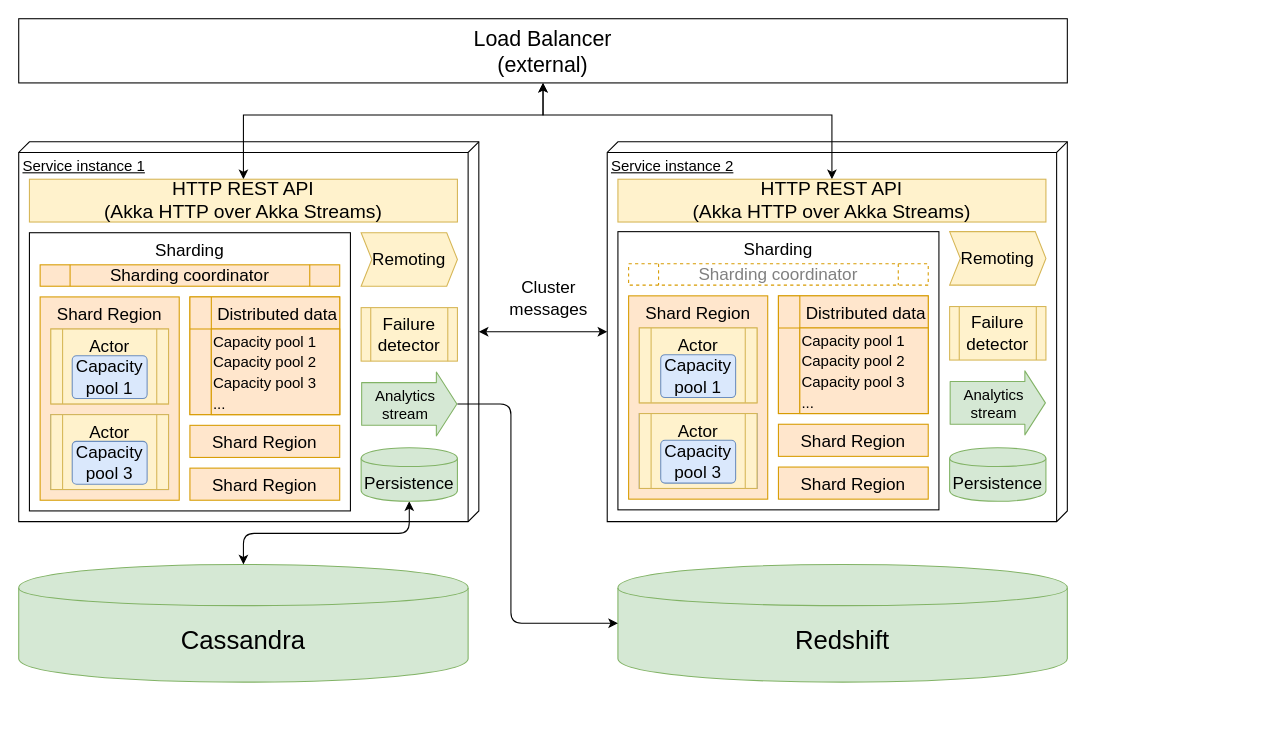
This is _diagrams/DRAFT-eventsourcing-03-implementation/high_level_architecture.drawio from e-kolpakov/e-kolpakov.github.io, a draw.io file, before an edit. Source tidied: cells renumbered, new cells numbered last; positions are measured from the earlier drawing's top-left corner, leaving out a move shared by most shapes. Both pictures are drawn from the tidied source at 107%, with x=0, y=0 at pixel (18, 18).
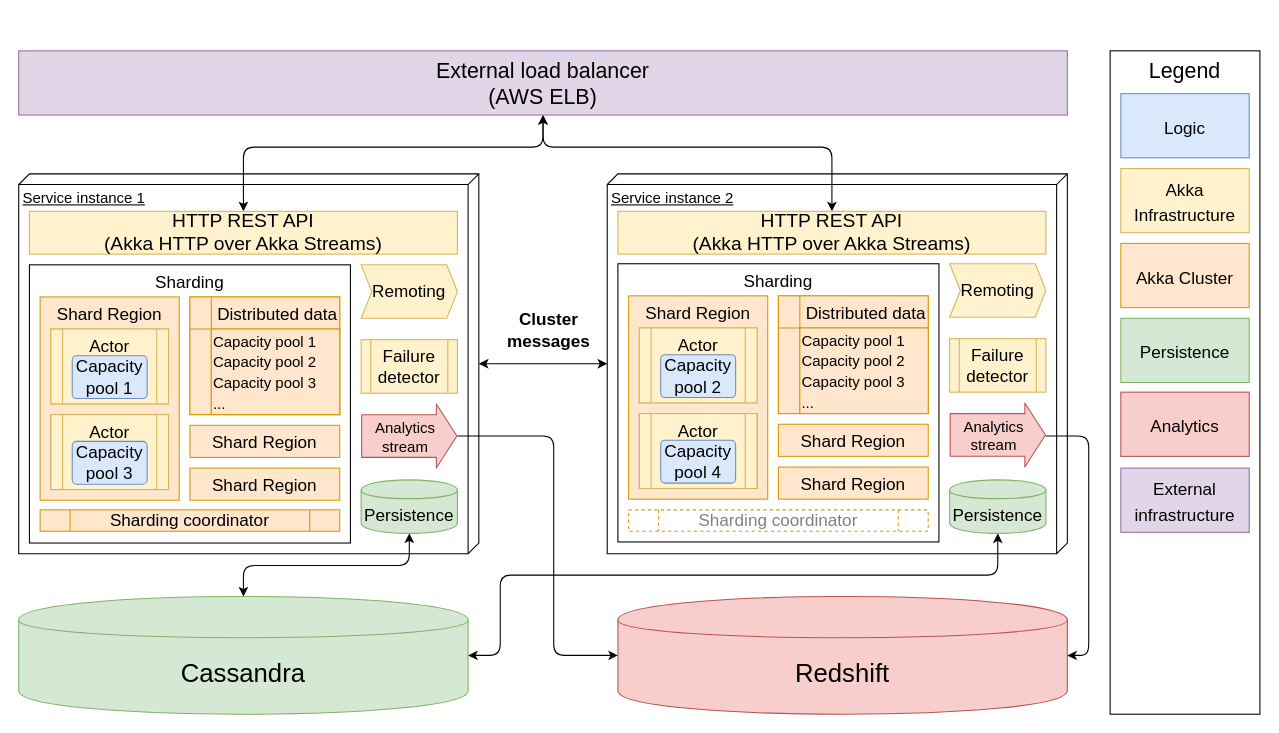
Above is the later version.

Diff of the diagram source:
```diff
@@
-    <mxCell id="2" value="Cluster&lt;br&gt;messages" style="edgeStyle=orthogonalEdgeStyle;rounded=0;jettySize=auto;html=1;startArrow=classic;startFill=1;fontSize=16;" parent="1" edge="1" source="3" target="4">
+    <mxCell id="2" value="Cluster&lt;br&gt;messages" style="edgeStyle=orthogonalEdgeStyle;rounded=0;jettySize=auto;html=1;startArrow=classic;startFill=1;fontSize=16;fontStyle=1;" parent="1" edge="1" source="3" target="4">
       <mxGeometry x="0.09" y="33" relative="1" as="geometry">
         <mxPoint y="1" as="offset" />
       </mxGeometry>
     </mxCell>
     <mxCell id="3" value="Service instance 1" style="verticalAlign=top;align=left;spacingTop=8;spacingLeft=2;spacingRight=12;shape=cube;size=10;direction=south;fontStyle=4;html=1;fontSize=14;" parent="1" vertex="1">
-      <mxGeometry y="115" width="430" height="355" as="geometry" />
+      <mxGeometry y="145" width="430" height="355" as="geometry" />
     </mxCell>
     <mxCell id="4" value="Service instance 2" style="verticalAlign=top;align=left;spacingTop=8;spacingLeft=2;spacingRight=12;shape=cube;size=10;direction=south;fontStyle=4;html=1;fontSize=14;" parent="1" vertex="1">
-      <mxGeometry x="550" y="115" width="430" height="355" as="geometry" />
+      <mxGeometry x="550" y="145" width="430" height="355" as="geometry" />
     </mxCell>
     <mxCell id="5" value="Cassandra" style="shape=cylinder;whiteSpace=wrap;html=1;boundedLbl=1;backgroundOutline=1;fontSize=24;fillColor=#d5e8d4;strokeColor=#82b366;" parent="1" vertex="1">
-      <mxGeometry y="510" width="420" height="110" as="geometry" />
+      <mxGeometry y="540" width="420" height="110" as="geometry" />
     </mxCell>
-    <mxCell id="6" style="edgeStyle=orthogonalEdgeStyle;rounded=0;jettySize=auto;html=1;exitX=0.5;exitY=1;exitDx=0;exitDy=0;startArrow=classic;startFill=1;fontSize=16;" parent="1" edge="1" source="8" target="9">
+    <mxCell id="6" style="edgeStyle=orthogonalEdgeStyle;rounded=1;jettySize=auto;html=1;exitX=0.5;exitY=1;exitDx=0;exitDy=0;startArrow=classic;startFill=1;fontSize=16;" parent="1" edge="1" source="8" target="9">
       <mxGeometry relative="1" as="geometry">
         <Array as="points">
-          <mxPoint x="490" y="90" />
-          <mxPoint x="210" y="90" />
+          <mxPoint x="490" y="120" />
+          <mxPoint x="210" y="120" />
         </Array>
       </mxGeometry>
     </mxCell>
-    <mxCell id="7" style="edgeStyle=orthogonalEdgeStyle;rounded=0;jettySize=auto;html=1;exitX=0.5;exitY=1;exitDx=0;exitDy=0;startArrow=classic;startFill=1;fontSize=16;" parent="1" edge="1" source="8" target="31">
+    <mxCell id="7" style="edgeStyle=orthogonalEdgeStyle;rounded=1;jettySize=auto;html=1;exitX=0.5;exitY=1;exitDx=0;exitDy=0;startArrow=classic;startFill=1;fontSize=16;" parent="1" edge="1" source="8" target="31">
       <mxGeometry relative="1" as="geometry">
         <Array as="points">
-          <mxPoint x="490" y="90" />
-          <mxPoint x="760" y="90" />
+          <mxPoint x="490" y="120" />
+          <mxPoint x="760" y="120" />
         </Array>
       </mxGeometry>
     </mxCell>
-    <mxCell id="8" value="Load Balancer&lt;br&gt;(external)" style="rounded=0;whiteSpace=wrap;html=1;fontSize=20;" parent="1" vertex="1">
-      <mxGeometry width="980" height="60" as="geometry" />
+    <mxCell id="8" value="External load balancer&lt;br&gt;(AWS ELB)" style="rounded=0;whiteSpace=wrap;html=1;fontSize=20;fillColor=#e1d5e7;strokeColor=#9673a6;" parent="1" vertex="1">
+      <mxGeometry y="30" width="980" height="60" as="geometry" />
     </mxCell>
     <mxCell id="9" value="HTTP REST API&lt;br style=&quot;font-size: 18px&quot;&gt;(Akka HTTP over Akka Streams)" style="rounded=0;whiteSpace=wrap;html=1;fontSize=18;fillColor=#fff2cc;strokeColor=#d6b656;" parent="1" vertex="1">
-      <mxGeometry x="10" y="150" width="400" height="40" as="geometry" />
+      <mxGeometry x="10" y="180" width="400" height="40" as="geometry" />
     </mxCell>
     <mxCell id="10" value="Sharding" style="rounded=0;whiteSpace=wrap;html=1;fontSize=16;verticalAlign=top;" parent="1" vertex="1">
-      <mxGeometry x="10" y="200" width="300" height="260" as="geometry" />
+      <mxGeometry x="10" y="230" width="300" height="260" as="geometry" />
     </mxCell>
@@
     <mxCell id="14" value="Sharding coordinator" style="shape=process;whiteSpace=wrap;html=1;backgroundOutline=1;fontSize=16;fillColor=#ffe6cc;strokeColor=#d79b00;" parent="1" vertex="1">
-      <mxGeometry x="20" y="230" width="280" height="20" as="geometry" />
+      <mxGeometry x="20" y="459" width="280" height="20" as="geometry" />
     </mxCell>
     <mxCell id="15" value="Failure detector" style="shape=process;whiteSpace=wrap;html=1;backgroundOutline=1;fontSize=16;align=center;fillColor=#fff2cc;strokeColor=#d6b656;" parent="1" vertex="1">
-      <mxGeometry x="320" y="270" width="90" height="50" as="geometry" />
+      <mxGeometry x="320" y="300" width="90" height="50" as="geometry" />
     </mxCell>
     <mxCell id="16" value="Remoting" style="shape=step;perimeter=stepPerimeter;whiteSpace=wrap;html=1;fixedSize=1;fontSize=16;align=center;size=10;fillColor=#fff2cc;strokeColor=#d6b656;" parent="1" vertex="1">
-      <mxGeometry x="320" y="200" width="90" height="50" as="geometry" />
+      <mxGeometry x="320" y="230" width="90" height="50" as="geometry" />
     </mxCell>
     <mxCell id="17" style="edgeStyle=orthogonalEdgeStyle;rounded=1;jettySize=auto;html=1;exitX=0.5;exitY=1;exitDx=0;exitDy=0;startArrow=classic;startFill=1;fontSize=16;" parent="1" edge="1" source="18" target="5">
       <mxGeometry relative="1" as="geometry">
         <Array as="points">
-          <mxPoint x="365" y="481" />
-          <mxPoint x="210" y="481" />
+          <mxPoint x="365" y="511" />
+          <mxPoint x="210" y="511" />
         </Array>
       </mxGeometry>
     </mxCell>
     <mxCell id="18" value="Persistence" style="shape=cylinder;whiteSpace=wrap;html=1;boundedLbl=1;backgroundOutline=1;fontSize=16;align=center;fillColor=#d5e8d4;strokeColor=#82b366;" parent="1" vertex="1">
-      <mxGeometry x="320" y="401" width="90" height="50" as="geometry" />
+      <mxGeometry x="320" y="431" width="90" height="50" as="geometry" />
     </mxCell>
-    <mxCell id="19" style="shape=flexArrow;endArrow=classic;html=1;fontSize=18;width=39.86577181208054;endSize=6.063087248322148;endWidth=18.944191703076438;fillColor=#d5e8d4;strokeColor=#82b366;" parent="1" edge="1">
+    <mxCell id="19" style="shape=flexArrow;endArrow=classic;html=1;fontSize=18;width=39.86577181208054;endSize=6.063087248322148;endWidth=18.944191703076438;fillColor=#f8cecc;strokeColor=#b85450;" parent="1" edge="1">
       <mxGeometry relative="1" as="geometry">
-        <mxPoint x="320" y="360" as="sourcePoint" />
-        <mxPoint x="410" y="360" as="targetPoint" />
+        <mxPoint x="320" y="390" as="sourcePoint" />
+        <mxPoint x="410" y="390" as="targetPoint" />
       </mxGeometry>
     </mxCell>
@@
     <mxCell id="31" value="HTTP REST API&lt;br style=&quot;font-size: 18px&quot;&gt;(Akka HTTP over Akka Streams)" style="rounded=0;whiteSpace=wrap;html=1;fontSize=18;fillColor=#fff2cc;strokeColor=#d6b656;" parent="1" vertex="1">
-      <mxGeometry x="560" y="150" width="400" height="40" as="geometry" />
+      <mxGeometry x="560" y="180" width="400" height="40" as="geometry" />
     </mxCell>
     <mxCell id="32" value="Sharding" style="rounded=0;whiteSpace=wrap;html=1;fontSize=16;verticalAlign=top;" parent="1" vertex="1">
-      <mxGeometry x="560" y="199" width="300" height="260" as="geometry" />
+      <mxGeometry x="560" y="229" width="300" height="260" as="geometry" />
     </mxCell>
@@
     <mxCell id="36" value="Sharding coordinator" style="shape=process;whiteSpace=wrap;html=1;backgroundOutline=1;fontSize=16;strokeColor=#d79b00;dashed=1;fontColor=#808080;" parent="1" vertex="1">
-      <mxGeometry x="570" y="229" width="280" height="20" as="geometry" />
+      <mxGeometry x="570" y="459" width="280" height="20" as="geometry" />
     </mxCell>
     <mxCell id="37" value="Failure detector" style="shape=process;whiteSpace=wrap;html=1;backgroundOutline=1;fontSize=16;align=center;fillColor=#fff2cc;strokeColor=#d6b656;" parent="1" vertex="1">
-      <mxGeometry x="870" y="269" width="90" height="50" as="geometry" />
+      <mxGeometry x="870" y="299" width="90" height="50" as="geometry" />
     </mxCell>
     <mxCell id="38" value="Remoting" style="shape=step;perimeter=stepPerimeter;whiteSpace=wrap;html=1;fixedSize=1;fontSize=16;align=center;size=10;fillColor=#fff2cc;strokeColor=#d6b656;" parent="1" vertex="1">
-      <mxGeometry x="870" y="199" width="90" height="50" as="geometry" />
+      <mxGeometry x="870" y="229" width="90" height="50" as="geometry" />
     </mxCell>
+    <mxCell id="54" style="edgeStyle=orthogonalEdgeStyle;jettySize=auto;html=1;exitX=0.5;exitY=1;exitDx=0;exitDy=0;entryX=1;entryY=0.5;entryDx=0;entryDy=0;fontSize=20;rounded=1;startArrow=classic;startFill=1;" parent="1" edge="1" source="39" target="5">
+      <mxGeometry relative="1" as="geometry">
+        <Array as="points">
+          <mxPoint x="915" y="520" />
+          <mxPoint x="450" y="520" />
+          <mxPoint x="450" y="595" />
+        </Array>
+      </mxGeometry>
+    </mxCell>
     <mxCell id="39" value="Persistence" style="shape=cylinder;whiteSpace=wrap;html=1;boundedLbl=1;backgroundOutline=1;fontSize=16;align=center;fillColor=#d5e8d4;strokeColor=#82b366;" parent="1" vertex="1">
-      <mxGeometry x="870" y="401" width="90" height="50" as="geometry" />
+      <mxGeometry x="870" y="431" width="90" height="50" as="geometry" />
     </mxCell>
-    <mxCell id="40" style="shape=flexArrow;endArrow=classic;html=1;fontSize=18;width=39.86577181208054;endSize=6.063087248322148;endWidth=18.944191703076438;fillColor=#d5e8d4;strokeColor=#82b366;" parent="1" edge="1">
+    <mxCell id="40" style="shape=flexArrow;endArrow=classic;html=1;fontSize=18;width=39.86577181208054;endSize=6.063087248322148;endWidth=18.944191703076438;fillColor=#f8cecc;strokeColor=#b85450;" parent="1" edge="1">
       <mxGeometry relative="1" as="geometry">
-        <mxPoint x="870" y="359" as="sourcePoint" />
-        <mxPoint x="960" y="359" as="targetPoint" />
+        <mxPoint x="870" y="389" as="sourcePoint" />
+        <mxPoint x="960" y="389" as="targetPoint" />
       </mxGeometry>
     </mxCell>
@@
-    <mxCell id="46" value="Capacity&lt;br&gt;pool 3" style="rounded=1;arcSize=10;whiteSpace=wrap;html=1;align=center;fontSize=16;fillColor=#dae8fc;strokeColor=#6c8ebf;" parent="1" vertex="1">
+    <mxCell id="46" value="Capacity&lt;br&gt;pool 4" style="rounded=1;arcSize=10;whiteSpace=wrap;html=1;align=center;fontSize=16;fillColor=#dae8fc;strokeColor=#6c8ebf;" parent="1" vertex="1">
       <mxGeometry x="600" y="394" width="70" height="40" as="geometry" />
     </mxCell>
@@
-    <mxCell id="48" value="Capacity&lt;br&gt;pool 1" style="rounded=1;arcSize=10;whiteSpace=wrap;html=1;align=center;fontSize=16;fillColor=#dae8fc;strokeColor=#6c8ebf;" parent="1" vertex="1">
+    <mxCell id="48" value="Capacity&lt;br&gt;pool 2" style="rounded=1;arcSize=10;whiteSpace=wrap;html=1;align=center;fontSize=16;fillColor=#dae8fc;strokeColor=#6c8ebf;" parent="1" vertex="1">
       <mxGeometry x="600" y="314" width="70" height="40" as="geometry" />
     </mxCell>
@@
-    <mxCell id="52" value="Redshift" style="shape=cylinder;whiteSpace=wrap;html=1;boundedLbl=1;backgroundOutline=1;fontSize=24;fillColor=#d5e8d4;strokeColor=#82b366;" parent="1" vertex="1">
-      <mxGeometry x="560" y="510" width="420" height="110" as="geometry" />
+    <mxCell id="52" value="Redshift" style="shape=cylinder;whiteSpace=wrap;html=1;boundedLbl=1;backgroundOutline=1;fontSize=24;fillColor=#f8cecc;strokeColor=#b85450;" parent="1" vertex="1">
+      <mxGeometry x="560" y="540" width="420" height="110" as="geometry" />
     </mxCell>
     <mxCell id="53" style="endArrow=classic;html=1;fontSize=16;entryX=0;entryY=0.5;entryDx=0;entryDy=0;edgeStyle=elbowEdgeStyle;" parent="1" edge="1" target="52">
       <mxGeometry relative="1" as="geometry">
-        <mxPoint x="410" y="360" as="sourcePoint" />
+        <mxPoint x="410" y="390" as="sourcePoint" />
         <Array as="points">
-          <mxPoint x="460" y="460" />
+          <mxPoint x="500" y="490" />
         </Array>
       </mxGeometry>
     </mxCell>
+    <mxCell id="55" value="Legend" style="rounded=0;whiteSpace=wrap;html=1;fontSize=20;verticalAlign=top;" parent="1" vertex="1">
+      <mxGeometry x="1020" y="30" width="140" height="620" as="geometry" />
+    </mxCell>
+    <mxCell id="56" value="&lt;font style=&quot;font-size: 16px&quot;&gt;Akka&lt;br&gt;Infrastructure&lt;/font&gt;" style="rounded=0;whiteSpace=wrap;html=1;fontSize=20;fillColor=#fff2cc;strokeColor=#d6b656;" parent="1" vertex="1">
+      <mxGeometry x="1030" y="140" width="120" height="60" as="geometry" />
+    </mxCell>
+    <mxCell id="57" value="&lt;font style=&quot;font-size: 16px&quot;&gt;Akka Cluster&lt;br&gt;&lt;/font&gt;" style="rounded=0;whiteSpace=wrap;html=1;fontSize=20;fillColor=#ffe6cc;strokeColor=#d79b00;" parent="1" vertex="1">
+      <mxGeometry x="1030" y="210" width="120" height="60" as="geometry" />
+    </mxCell>
+    <mxCell id="58" value="&lt;font style=&quot;font-size: 16px&quot;&gt;Persistence&lt;/font&gt;" style="rounded=0;whiteSpace=wrap;html=1;fontSize=20;fillColor=#d5e8d4;strokeColor=#82b366;" parent="1" vertex="1">
+      <mxGeometry x="1030" y="280" width="120" height="60" as="geometry" />
+    </mxCell>
+    <mxCell id="59" value="&lt;font style=&quot;font-size: 16px&quot;&gt;Logic&lt;/font&gt;" style="rounded=0;whiteSpace=wrap;html=1;fontSize=20;fillColor=#dae8fc;strokeColor=#6c8ebf;" parent="1" vertex="1">
+      <mxGeometry x="1030" y="70" width="120" height="60" as="geometry" />
+    </mxCell>
+    <mxCell id="60" value="&lt;font style=&quot;font-size: 16px&quot;&gt;Analytics&lt;/font&gt;" style="rounded=0;whiteSpace=wrap;html=1;fontSize=20;fillColor=#f8cecc;strokeColor=#b85450;" parent="1" vertex="1">
+      <mxGeometry x="1030" y="349" width="120" height="60" as="geometry" />
+    </mxCell>
+    <mxCell id="61" style="endArrow=classic;html=1;fontSize=16;entryX=1;entryY=0.5;entryDx=0;entryDy=0;edgeStyle=elbowEdgeStyle;" parent="1" edge="1" target="52">
+      <mxGeometry relative="1" as="geometry">
+        <mxPoint x="960" y="390" as="sourcePoint" />
+        <Array as="points">
+          <mxPoint x="1000" y="500" />
+          <mxPoint x="990" y="530" />
+        </Array>
+      </mxGeometry>
+    </mxCell>
+    <mxCell id="62" value="&lt;font style=&quot;font-size: 16px&quot;&gt;External&lt;br&gt;infrastructure&lt;br&gt;&lt;/font&gt;" style="rounded=0;whiteSpace=wrap;html=1;fontSize=20;fillColor=#e1d5e7;strokeColor=#9673a6;" parent="1" vertex="1">
+      <mxGeometry x="1030" y="420" width="120" height="60" as="geometry" />
+    </mxCell>
```
